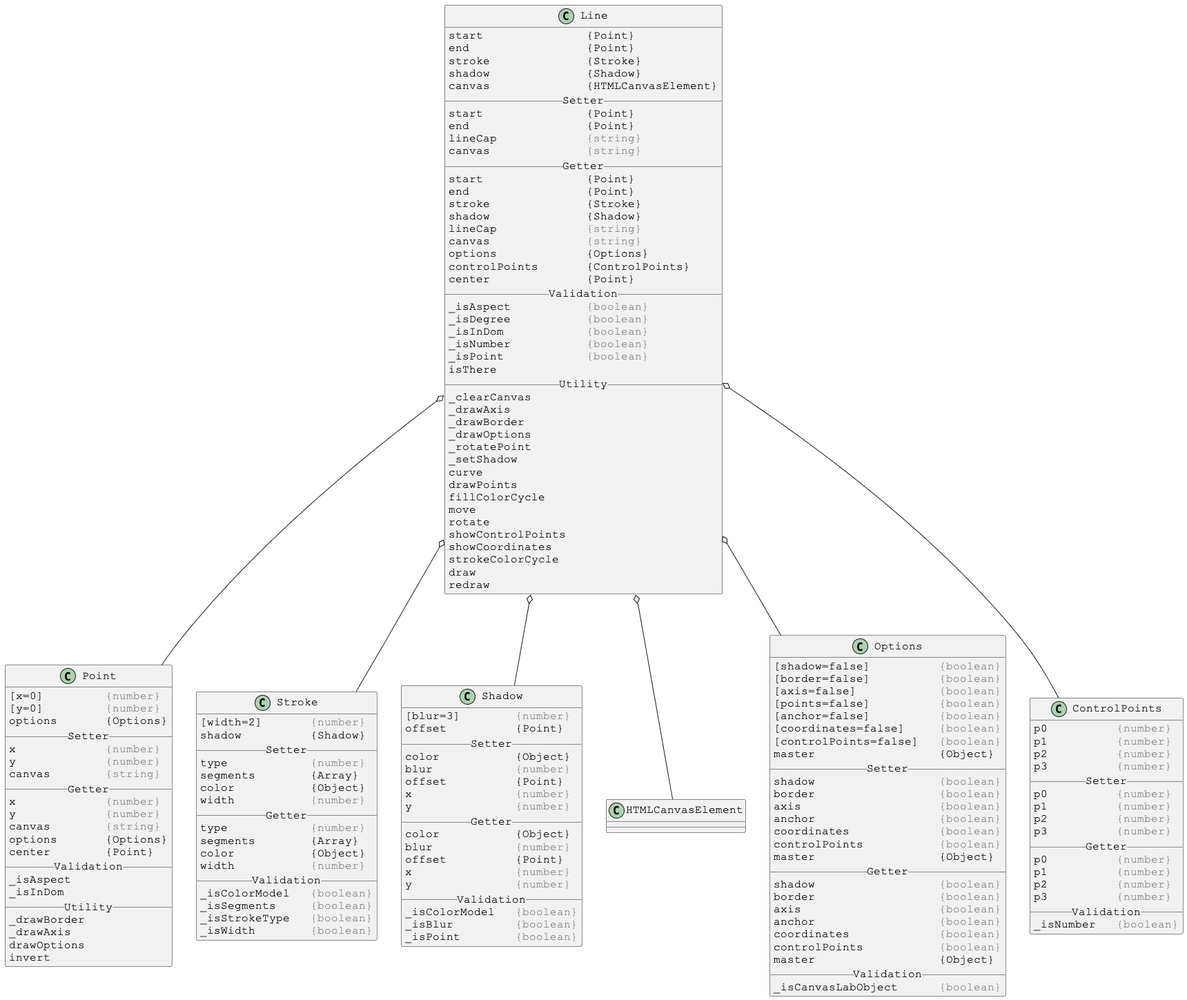
Before: docs/PlantUml/images/linked/Line-linked.png, a diagram exported from PlantUML (Justin-Byrne/canvasLab).
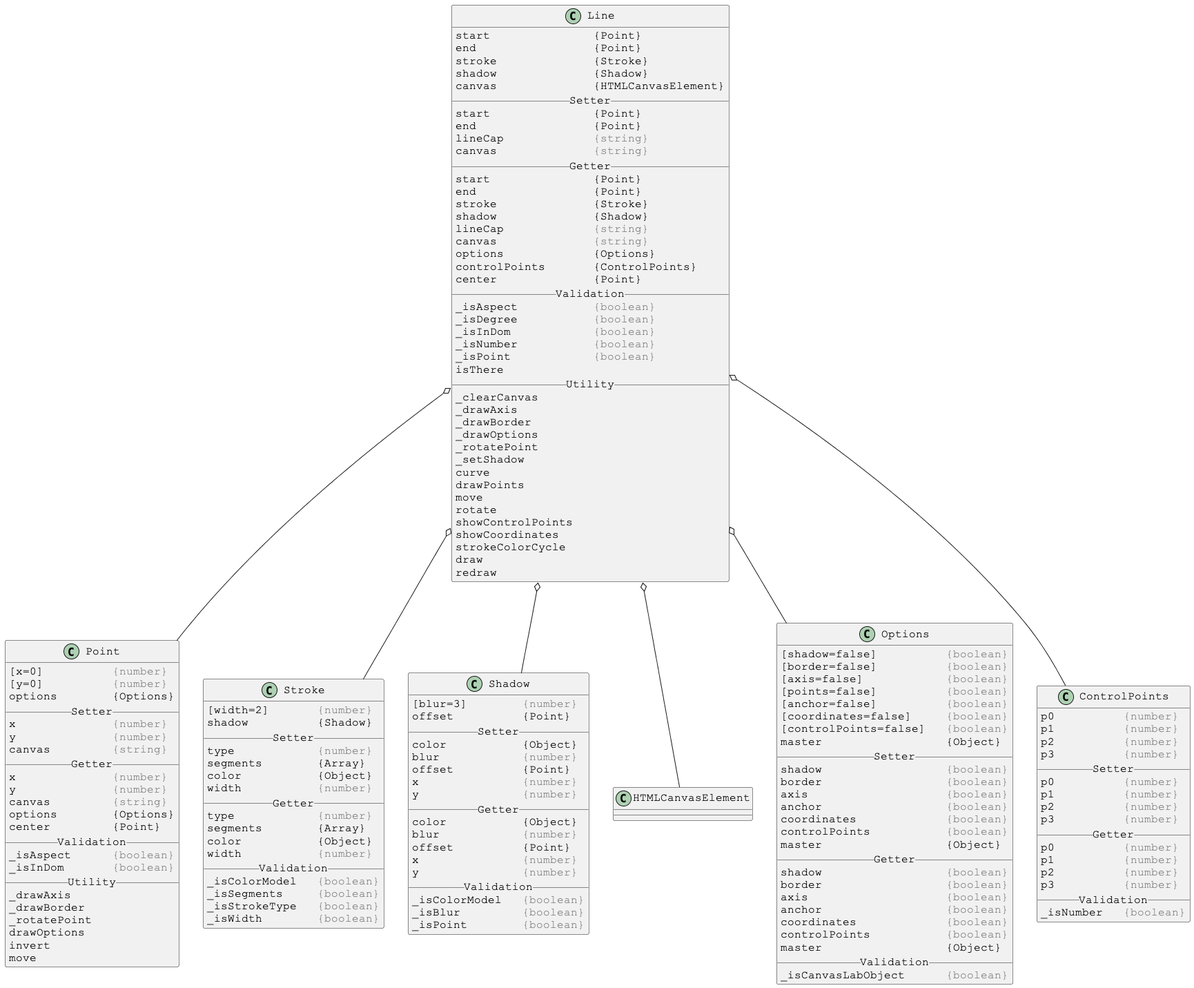
The same diagram one commit later.

The edit, as a diff of the source:
```diff
@@ -40,7 +40,6 @@
 _setShadow
 curve
 drawPoints
-fillColorCycle
 move
 rotate
 showControlPoints
@@ -63,27 +62,29 @@
 skinparam DefaultFontName Courier New
 
 class Point {
-[x=0]         <color:gray>{number}</color>
-[y=0]         <color:gray>{number}</color>
-options       {Options}
+[x=0]          <color:gray>{number}</color>
+[y=0]          <color:gray>{number}</color>
+options        {Options}
 __ Setter __
-x             <color:gray>{number}</color>
-y             <color:gray>{number}</color>
-canvas        <color:gray>{string}</color>
+x              <color:gray>{number}</color>
+y              <color:gray>{number}</color>
+canvas         <color:gray>{string}</color>
 __ Getter __
-x             <color:gray>{number}</color>
-y             <color:gray>{number}</color>
-canvas        <color:gray>{string}</color>
-options       {Options}
-center        {Point}
+x              <color:gray>{number}</color>
+y              <color:gray>{number}</color>
+canvas         <color:gray>{string}</color>
+options        {Options}
+center         {Point}
 __ Validation __
-_isAspect
-_isInDom
+_isAspect      <color:gray>{boolean}</color>
+_isInDom       <color:gray>{boolean}</color>
 __ Utility __
+_drawAxis
 _drawBorder
-_drawAxis
+_rotatePoint
 drawOptions
 invert
+move
 }
 
 
```
